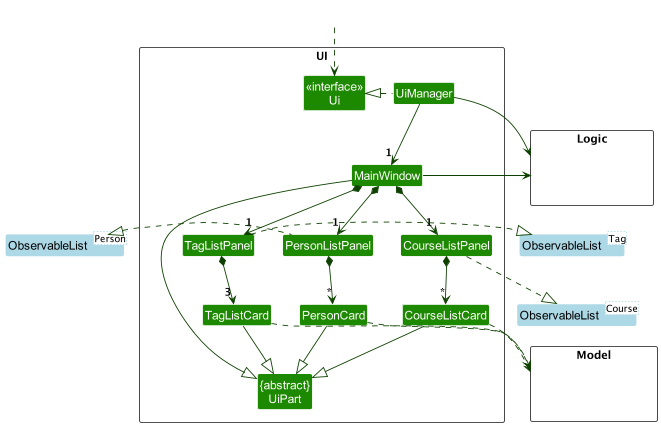
This is docs/images/PanelClassDiagram.png from tanteckfang/tp, a PlantUML export, as it was before one commit.
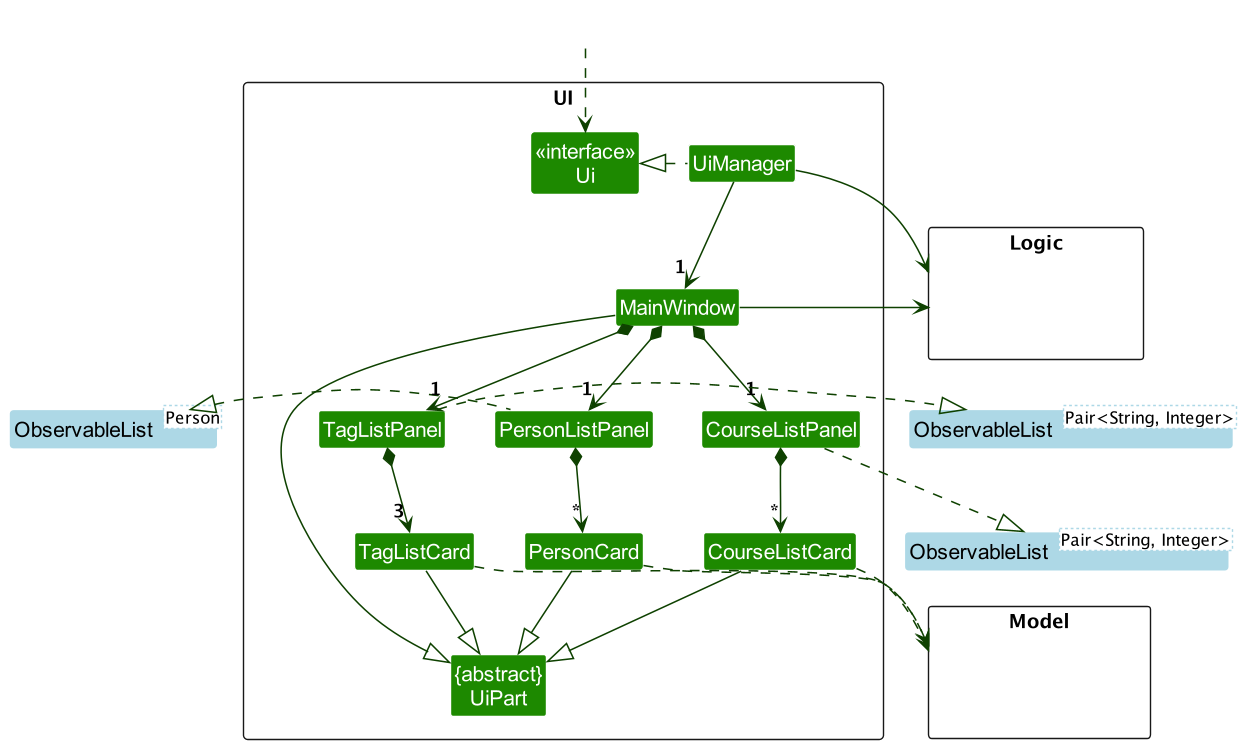
After the commit.

Change to the diagram source:
```diff
@@ -48,8 +48,8 @@
 TagListCard ..> Model
 
 Class "ObservableList<Person>" as ObservableListPerson <<Generic>>
-Class "ObservableList<Course>" as ObservableListCourse <<Generic>>
-Class "ObservableList<Tag>" as ObservableListTag <<Generic>>
+Class "ObservableList<Pair<String, Integer>>" as ObservableListCourse <<Generic>>
+Class "ObservableList<Pair<String, Integer>>" as ObservableListTag <<Generic>>
 
 MainWindow *-down-> "1" PersonListPanel
 PersonListPanel *-down-> "*" PersonCard
```
